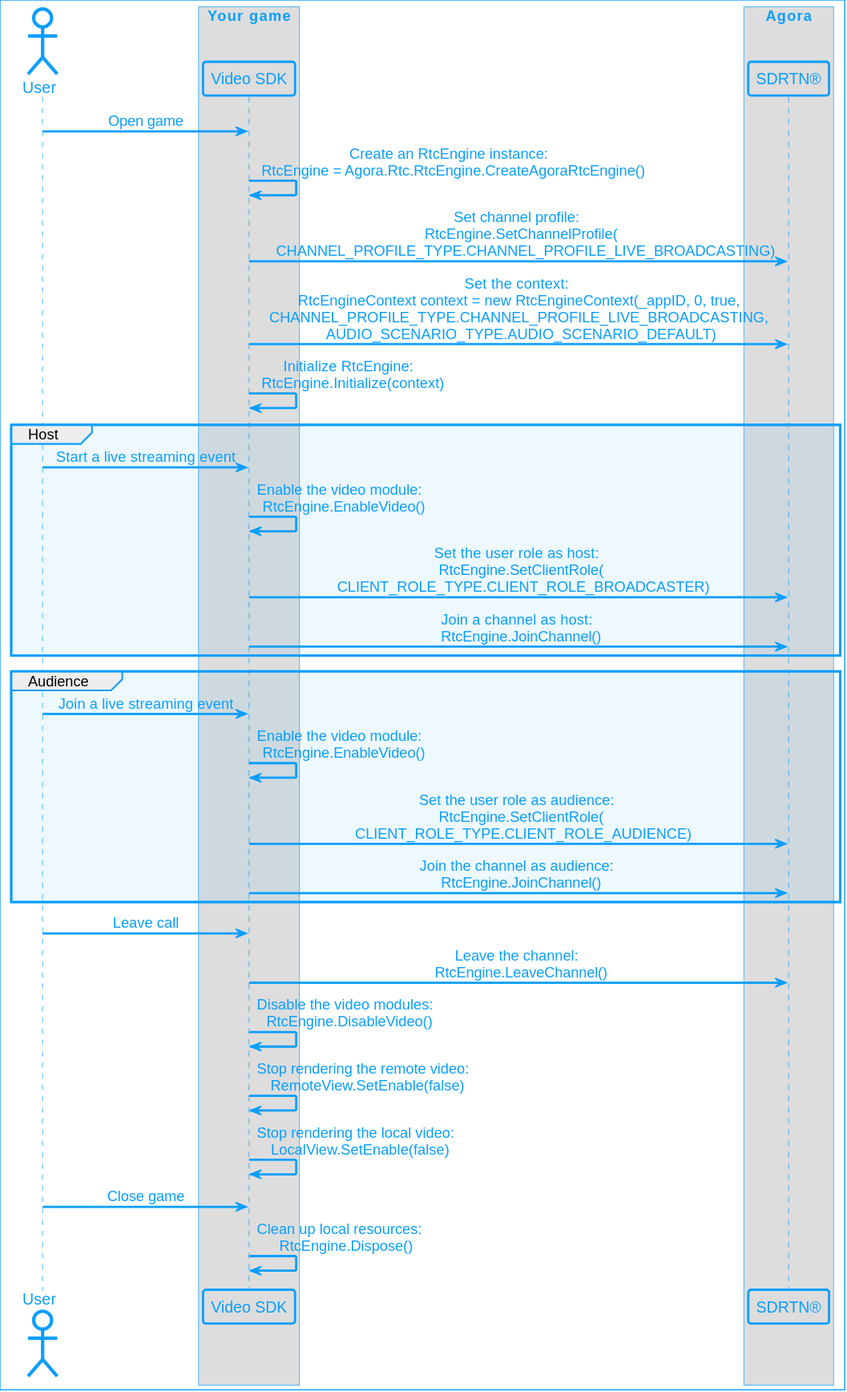
AgoraIO/Docs-Source keeps this PlantUML diagram as assets/images/rtc-sdk/ils-call-logic-unity.svg. Above is the earlier version.
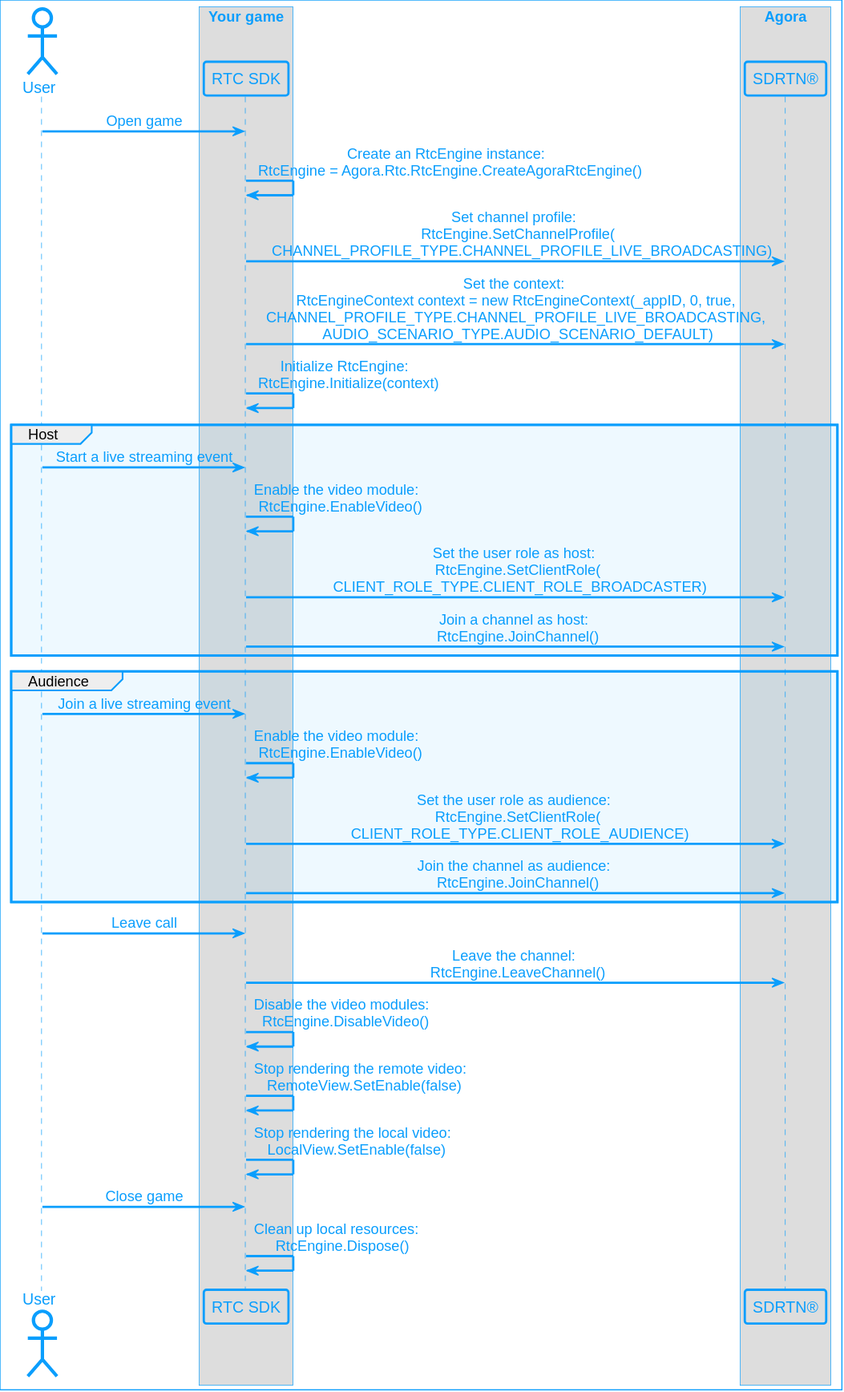
Above is the later version.

The edit, as a diff of the source:
```diff
@@ -5,7 +5,7 @@
 
 box "Your game"
 
-participant "Video SDK" as APP
+participant "RTC SDK" as APP
 
 end box
 
```
